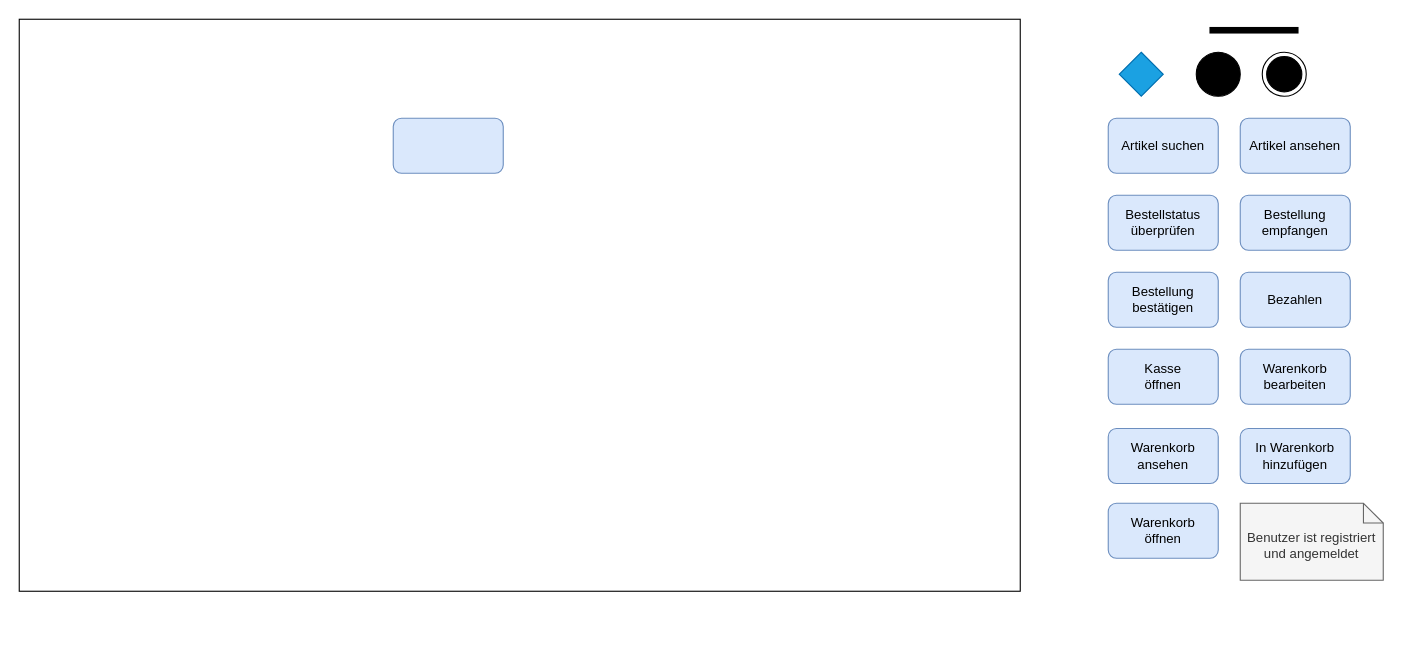
Earlier version of the draw.io diagram Aufnahme.drawio (therealfilko/uml). Source tidied: cells renumbered, new cells numbered last; positions are measured from the earlier drawing's top-left corner, leaving out a move shared by most shapes. Both pictures are drawn from the tidied source at 110%, with x=0, y=0 at pixel (19, -14).
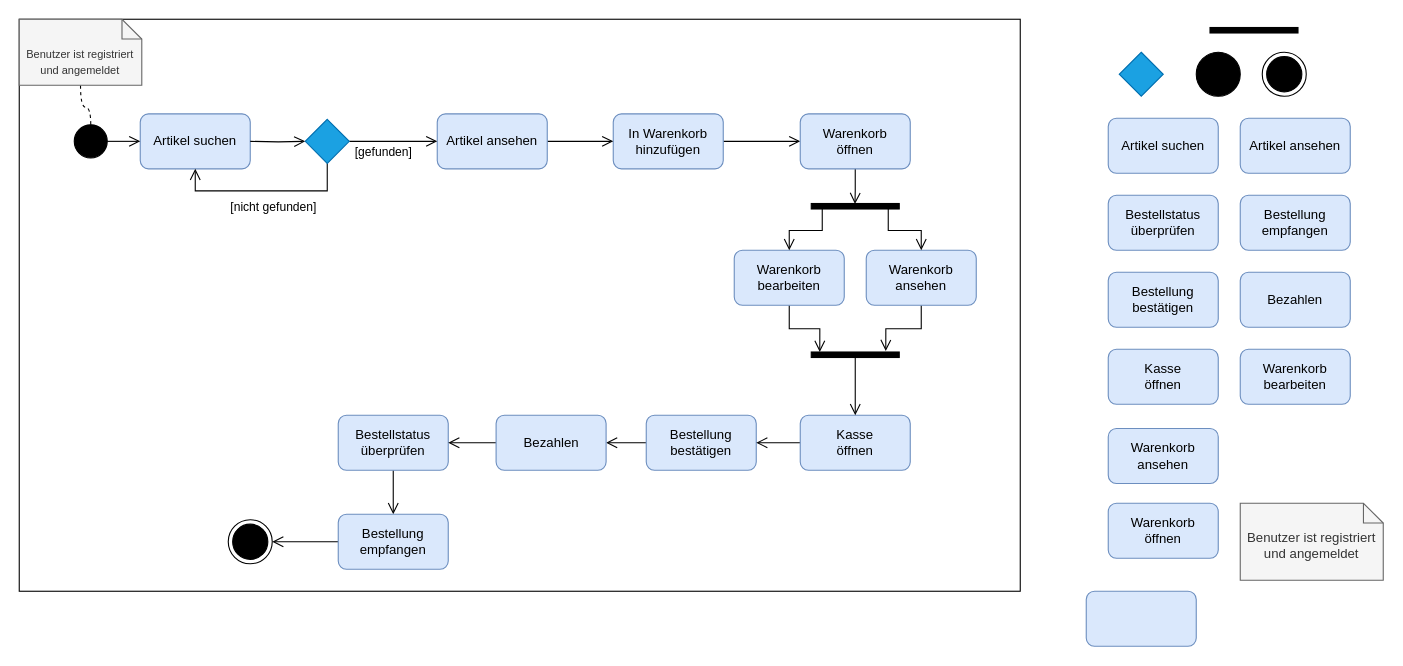
Above is the later version.

Diff of the diagram source:
```diff
@@
+    <mxCell id="19" style="rounded=0;whiteSpace=wrap;html=1;fontSize=16;fillColor=none;" parent="1" vertex="1">
+      <mxGeometry y="30" width="910" height="520" as="geometry" />
+    </mxCell>
@@
+    <mxCell id="20" style="edgeStyle=orthogonalEdgeStyle;rounded=0;jettySize=auto;html=1;entryX=0;entryY=0.5;entryDx=0;entryDy=0;endArrow=open;endFill=0;startSize=8;endSize=8;" parent="1" edge="1" source="17" target="37">
+      <mxGeometry relative="1" as="geometry" />
+    </mxCell>
     <mxCell id="17" value="In Warenkorb&lt;br&gt;hinzufügen" style="rounded=1;whiteSpace=wrap;html=1;fillColor=#dae8fc;strokeColor=#6c8ebf;" parent="1" vertex="1">
-      <mxGeometry x="1110" y="402" width="100" height="50" as="geometry" />
+      <mxGeometry x="540" y="116" width="100" height="50" as="geometry" />
     </mxCell>
     <mxCell id="18" style="rounded=1;whiteSpace=wrap;html=1;fillColor=#dae8fc;strokeColor=#6c8ebf;" parent="1" vertex="1">
-      <mxGeometry x="340" y="120" width="100" height="50" as="geometry" />
+      <mxGeometry x="970" y="550" width="100" height="50" as="geometry" />
     </mxCell>
-    <mxCell id="19" style="rounded=0;whiteSpace=wrap;html=1;fontSize=16;fillColor=none;" parent="1" vertex="1">
-      <mxGeometry y="30" width="910" height="520" as="geometry" />
-    </mxCell>
+    <mxCell id="21" value="Artikel suchen" style="rounded=1;whiteSpace=wrap;html=1;fillColor=#dae8fc;strokeColor=#6c8ebf;" parent="1" vertex="1">
+      <mxGeometry x="110" y="116" width="100" height="50" as="geometry" />
+    </mxCell>
+    <mxCell id="22" style="edgeStyle=orthogonalEdgeStyle;rounded=0;jettySize=auto;html=1;entryX=0.5;entryY=0;entryDx=0;entryDy=0;endArrow=open;endFill=0;startSize=8;endSize=8;" parent="1" edge="1" source="23" target="25">
+      <mxGeometry relative="1" as="geometry" />
+    </mxCell>
+    <mxCell id="23" value="Bestellstatus&lt;br&gt;überprüfen" style="rounded=1;whiteSpace=wrap;html=1;fillColor=#dae8fc;strokeColor=#6c8ebf;" parent="1" vertex="1">
+      <mxGeometry x="290" y="390" width="100" height="50" as="geometry" />
+    </mxCell>
+    <mxCell id="24" style="edgeStyle=orthogonalEdgeStyle;rounded=0;jettySize=auto;html=1;entryX=1;entryY=0.5;entryDx=0;entryDy=0;endArrow=open;endFill=0;startSize=8;endSize=8;" parent="1" edge="1" source="25" target="53">
+      <mxGeometry relative="1" as="geometry" />
+    </mxCell>
+    <mxCell id="25" value="Bestellung&lt;br&gt;empfangen" style="rounded=1;whiteSpace=wrap;html=1;fillColor=#dae8fc;strokeColor=#6c8ebf;" parent="1" vertex="1">
+      <mxGeometry x="290" y="480" width="100" height="50" as="geometry" />
+    </mxCell>
+    <mxCell id="26" style="edgeStyle=orthogonalEdgeStyle;rounded=0;jettySize=auto;html=1;endArrow=open;endFill=0;startSize=8;endSize=8;" parent="1" edge="1" source="27" target="29">
+      <mxGeometry relative="1" as="geometry" />
+    </mxCell>
+    <mxCell id="27" value="Bestellung&lt;br&gt;bestätigen" style="rounded=1;whiteSpace=wrap;html=1;fillColor=#dae8fc;strokeColor=#6c8ebf;" parent="1" vertex="1">
+      <mxGeometry x="570" y="390" width="100" height="50" as="geometry" />
+    </mxCell>
+    <mxCell id="28" style="edgeStyle=orthogonalEdgeStyle;rounded=0;jettySize=auto;html=1;entryX=1;entryY=0.5;entryDx=0;entryDy=0;endArrow=open;endFill=0;startSize=8;endSize=8;" parent="1" edge="1" source="29" target="23">
+      <mxGeometry relative="1" as="geometry" />
+    </mxCell>
+    <mxCell id="29" value="Bezahlen" style="rounded=1;whiteSpace=wrap;html=1;fillColor=#dae8fc;strokeColor=#6c8ebf;" parent="1" vertex="1">
+      <mxGeometry x="433.5" y="390" width="100" height="50" as="geometry" />
+    </mxCell>
+    <mxCell id="30" style="edgeStyle=orthogonalEdgeStyle;rounded=0;jettySize=auto;html=1;endArrow=open;endFill=0;startSize=8;endSize=8;" parent="1" edge="1" source="31" target="27">
+      <mxGeometry relative="1" as="geometry" />
+    </mxCell>
+    <mxCell id="31" value="Kasse&lt;br&gt;öffnen" style="rounded=1;whiteSpace=wrap;html=1;fillColor=#dae8fc;strokeColor=#6c8ebf;" parent="1" vertex="1">
+      <mxGeometry x="710" y="390" width="100" height="50" as="geometry" />
+    </mxCell>
+    <mxCell id="32" style="edgeStyle=orthogonalEdgeStyle;rounded=0;jettySize=auto;html=1;entryX=-0.02;entryY=0.903;entryDx=0;entryDy=0;entryPerimeter=0;endArrow=open;endFill=0;startSize=8;endSize=8;" parent="1" edge="1" source="33" target="52">
+      <mxGeometry relative="1" as="geometry" />
+    </mxCell>
+    <mxCell id="33" value="Warenkorb&lt;br&gt;bearbeiten" style="rounded=1;whiteSpace=wrap;html=1;fillColor=#dae8fc;strokeColor=#6c8ebf;" parent="1" vertex="1">
+      <mxGeometry x="650" y="240" width="100" height="50" as="geometry" />
+    </mxCell>
+    <mxCell id="34" style="edgeStyle=orthogonalEdgeStyle;rounded=0;jettySize=auto;html=1;entryX=-0.18;entryY=0.153;entryDx=0;entryDy=0;entryPerimeter=0;endArrow=open;endFill=0;startSize=8;endSize=8;" parent="1" edge="1" source="35" target="52">
+      <mxGeometry relative="1" as="geometry" />
+    </mxCell>
+    <mxCell id="35" value="Warenkorb&lt;br&gt;ansehen" style="rounded=1;whiteSpace=wrap;html=1;fillColor=#dae8fc;strokeColor=#6c8ebf;" parent="1" vertex="1">
+      <mxGeometry x="770" y="240" width="100" height="50" as="geometry" />
+    </mxCell>
+    <mxCell id="36" style="edgeStyle=orthogonalEdgeStyle;rounded=0;jettySize=auto;html=1;entryX=0.1;entryY=0.503;entryDx=0;entryDy=0;entryPerimeter=0;endArrow=open;endFill=0;startSize=8;endSize=8;" parent="1" edge="1" source="37" target="50">
+      <mxGeometry relative="1" as="geometry" />
+    </mxCell>
+    <mxCell id="37" value="Warenkorb&lt;br&gt;öffnen" style="rounded=1;whiteSpace=wrap;html=1;fillColor=#dae8fc;strokeColor=#6c8ebf;" parent="1" vertex="1">
+      <mxGeometry x="710" y="116" width="100" height="50" as="geometry" />
+    </mxCell>
+    <mxCell id="38" style="edgeStyle=none;curved=1;rounded=0;jettySize=auto;html=1;exitX=1;exitY=0.5;exitDx=0;exitDy=0;entryX=0;entryY=0.5;entryDx=0;entryDy=0;fontSize=12;endArrow=open;startSize=8;endSize=8;sourcePerimeterSpacing=8;targetPerimeterSpacing=8;" parent="1" edge="1" source="39" target="21">
+      <mxGeometry relative="1" as="geometry" />
+    </mxCell>
+    <mxCell id="39" style="ellipse;fillColor=strokeColor;" parent="1" vertex="1">
+      <mxGeometry x="50" y="126" width="30" height="30" as="geometry" />
+    </mxCell>
+    <mxCell id="40" style="edgeStyle=orthogonalEdgeStyle;rounded=0;jettySize=auto;html=1;entryX=0;entryY=0.5;entryDx=0;entryDy=0;endArrow=open;endFill=0;startSize=8;endSize=8;" parent="1" edge="1" target="47">
+      <mxGeometry relative="1" as="geometry">
+        <mxPoint x="210" y="141" as="sourcePoint" />
+      </mxGeometry>
+    </mxCell>
+    <mxCell id="41" style="edgeStyle=orthogonalEdgeStyle;rounded=0;jettySize=auto;html=1;entryX=0;entryY=0.5;entryDx=0;entryDy=0;endArrow=open;endFill=0;startSize=8;endSize=8;" parent="1" edge="1" source="42" target="17">
+      <mxGeometry relative="1" as="geometry" />
+    </mxCell>
+    <mxCell id="42" value="Artikel ansehen" style="rounded=1;whiteSpace=wrap;html=1;fillColor=#dae8fc;strokeColor=#6c8ebf;" parent="1" vertex="1">
+      <mxGeometry x="380" y="116" width="100" height="50" as="geometry" />
+    </mxCell>
+    <mxCell id="43" style="edgeStyle=orthogonalEdgeStyle;rounded=0;jettySize=auto;html=1;entryX=0.5;entryY=1;entryDx=0;entryDy=0;endArrow=open;endFill=0;startSize=8;endSize=8;" parent="1" edge="1" source="47">
+      <mxGeometry relative="1" as="geometry">
+        <mxPoint x="160" y="166" as="targetPoint" />
+        <Array as="points">
+          <mxPoint x="280" y="186" />
+          <mxPoint x="160" y="186" />
+        </Array>
+      </mxGeometry>
+    </mxCell>
+    <mxCell id="44" value="[nicht gefunden]" style="edgeLabel;html=1;align=center;verticalAlign=middle;" parent="43" vertex="1">
+      <mxGeometry x="-0.12" y="-2" relative="1" as="geometry">
+        <mxPoint x="-2" y="16" as="offset" />
+      </mxGeometry>
+    </mxCell>
+    <mxCell id="45" style="edgeStyle=orthogonalEdgeStyle;rounded=0;jettySize=auto;html=1;endArrow=open;endFill=0;startSize=8;endSize=8;" parent="1" edge="1" source="47" target="42">
+      <mxGeometry relative="1" as="geometry" />
+    </mxCell>
+    <mxCell id="46" value="[gefunden]" style="edgeLabel;html=1;align=center;verticalAlign=middle;" parent="45" vertex="1">
+      <mxGeometry x="-0.3" relative="1" as="geometry">
+        <mxPoint x="2" y="9" as="offset" />
+      </mxGeometry>
+    </mxCell>
+    <mxCell id="47" style="rhombus;whiteSpace=wrap;html=1;fillColor=#1ba1e2;fontColor=#ffffff;strokeColor=#006EAF;" parent="1" vertex="1">
+      <mxGeometry x="260" y="121" width="40" height="40" as="geometry" />
+    </mxCell>
+    <mxCell id="48" style="edgeStyle=orthogonalEdgeStyle;rounded=0;jettySize=auto;html=1;entryX=0.5;entryY=0;entryDx=0;entryDy=0;endArrow=open;endFill=0;startSize=8;endSize=8;" parent="1" edge="1" source="50" target="33">
+      <mxGeometry relative="1" as="geometry">
+        <Array as="points">
+          <mxPoint x="730" y="222" />
+          <mxPoint x="700" y="222" />
+        </Array>
+      </mxGeometry>
+    </mxCell>
+    <mxCell id="49" style="edgeStyle=orthogonalEdgeStyle;rounded=0;jettySize=auto;html=1;entryX=0.5;entryY=0;entryDx=0;entryDy=0;endArrow=open;endFill=0;startSize=8;endSize=8;" parent="1" edge="1" source="50" target="35">
+      <mxGeometry relative="1" as="geometry">
+        <Array as="points">
+          <mxPoint x="790" y="222" />
+          <mxPoint x="820" y="222" />
+        </Array>
+      </mxGeometry>
+    </mxCell>
+    <mxCell id="50" style="html=1;points=[];perimeter=orthogonalPerimeter;fillColor=strokeColor;rotation=90;" parent="1" vertex="1">
+      <mxGeometry x="757.5" y="160" width="5" height="80" as="geometry" />
+    </mxCell>
+    <mxCell id="51" style="edgeStyle=orthogonalEdgeStyle;rounded=0;jettySize=auto;html=1;entryX=0.5;entryY=0;entryDx=0;entryDy=0;endArrow=open;endFill=0;startSize=8;endSize=8;" parent="1" edge="1" source="52" target="31">
+      <mxGeometry relative="1" as="geometry" />
+    </mxCell>
+    <mxCell id="52" style="html=1;points=[];perimeter=orthogonalPerimeter;fillColor=strokeColor;rotation=90;" parent="1" vertex="1">
+      <mxGeometry x="757.5" y="295" width="5" height="80" as="geometry" />
+    </mxCell>
+    <mxCell id="53" style="ellipse;html=1;shape=endState;fillColor=strokeColor;" parent="1" vertex="1">
+      <mxGeometry x="190" y="485" width="40" height="40" as="geometry" />
+    </mxCell>
+    <mxCell id="54" style="edgeStyle=orthogonalEdgeStyle;rounded=0;jettySize=auto;html=1;entryX=0.5;entryY=0;entryDx=0;entryDy=0;fontSize=10;endArrow=none;endFill=0;startSize=8;endSize=8;dashed=1;curved=1;" parent="1" edge="1" source="55" target="39">
+      <mxGeometry relative="1" as="geometry" />
+    </mxCell>
+    <mxCell id="55" value="&lt;font style=&quot;font-size: 10px;&quot;&gt;Benutzer ist registriert&lt;br&gt;und angemeldet&lt;/font&gt;" style="shape=note2;boundedLbl=1;whiteSpace=wrap;html=1;size=18;verticalAlign=top;align=center;fillColor=#f5f5f5;fontColor=#333333;strokeColor=#666666;" parent="1" vertex="1">
+      <mxGeometry y="30" width="111.4" height="60" as="geometry" />
+    </mxCell>
```
